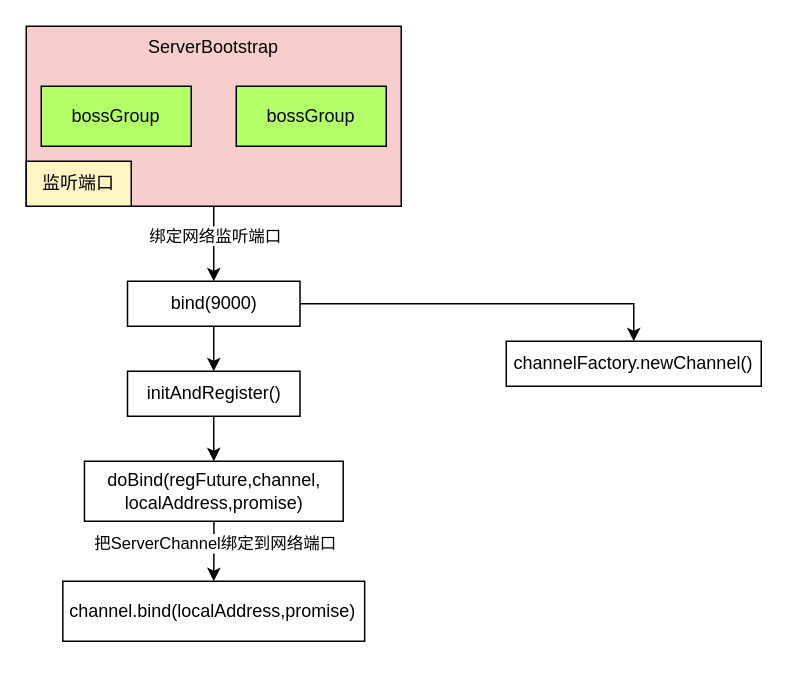
The draw.io diagram page "Netty线程模型源码剖析图" (2 of 2) of netty/Netty线程模型图.drawio in LiHuiBin1995/study-java, before the edit. Source tidied: cells renumbered, new cells numbered last; positions are measured from the earlier drawing's top-left corner, leaving out a move shared by most shapes. Both pictures are drawn from the tidied source at 150%, with x=0, y=0 at pixel (26, 26).
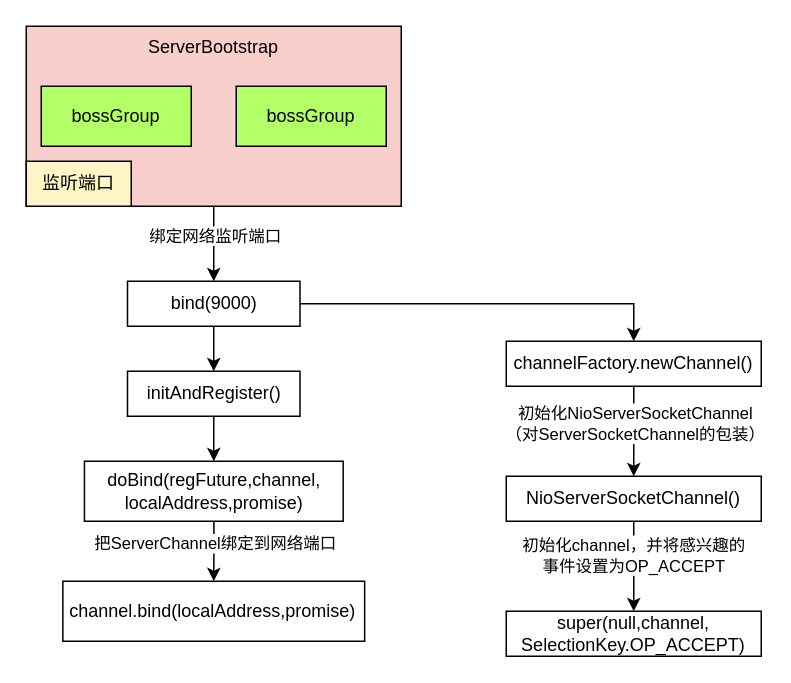
The same page after the edit.

Commit message (it also covers changes not shown here):
更新Netty线程模型图.drawio

Unchanged cells that the change refers to:
```xml
<mxCell id="18" value="channelFactory.newChannel()" style="rounded=0;whiteSpace=wrap;html=1;fillColor=#FFFFFF;verticalAlign=middle;" parent="1" vertex="1">
  <mxGeometry x="320" y="210" width="170" height="30" as="geometry" />
</mxCell>
```

What changed in the source:
```diff
@@
+    <mxCell id="19" style="edgeStyle=orthogonalEdgeStyle;rounded=0;jettySize=auto;html=1;" parent="1" edge="1" source="18" target="23">
+      <mxGeometry relative="1" as="geometry" />
+    </mxCell>
+    <mxCell id="20" value="初始化NioServerSocketChannel&lt;br&gt;（对ServerSocketChannel的包装）" style="edgeLabel;html=1;align=center;verticalAlign=middle;" parent="19" vertex="1">
+      <mxGeometry x="-0.19" relative="1" as="geometry" />
+    </mxCell>
@@
+    <mxCell id="21" style="edgeStyle=orthogonalEdgeStyle;rounded=0;jettySize=auto;html=1;" parent="1" edge="1" source="23" target="24">
+      <mxGeometry relative="1" as="geometry" />
+    </mxCell>
+    <mxCell id="22" value="初始化channel，并将感兴趣的&lt;br&gt;事件设置为OP_ACCEPT" style="edgeLabel;html=1;align=center;verticalAlign=middle;" parent="21" vertex="1">
+      <mxGeometry x="-0.28" y="-1" relative="1" as="geometry" />
+    </mxCell>
+    <mxCell id="23" value="NioServerSocketChannel()" style="rounded=0;whiteSpace=wrap;html=1;fillColor=#FFFFFF;verticalAlign=middle;" parent="1" vertex="1">
+      <mxGeometry x="320" y="300" width="170" height="30" as="geometry" />
+    </mxCell>
+    <mxCell id="24" value="super(null,channel,&lt;br&gt;SelectionKey.OP_ACCEPT)" style="rounded=0;whiteSpace=wrap;html=1;fillColor=#FFFFFF;verticalAlign=middle;" parent="1" vertex="1">
+      <mxGeometry x="320" y="390" width="170" height="30" as="geometry" />
+    </mxCell>
```
